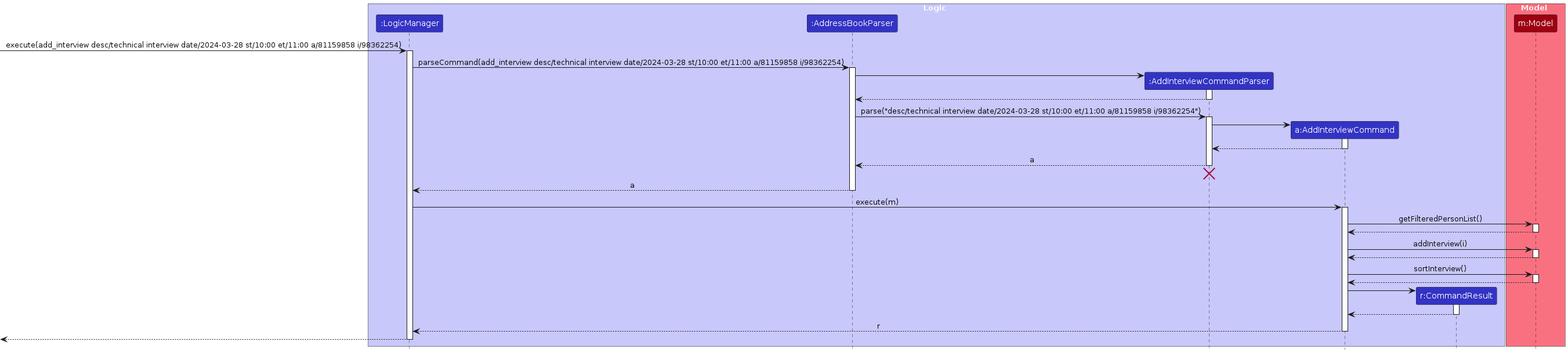
AY2324S2-CS2103T-F11-3/tp keeps this PlantUML diagram as diagrams/add-interviews/AddInterviewCommandSequence.png. Above is the earlier version. Its source is kept beside it as diagrams/add-interviews/AddInterviewCommandSequence.puml.
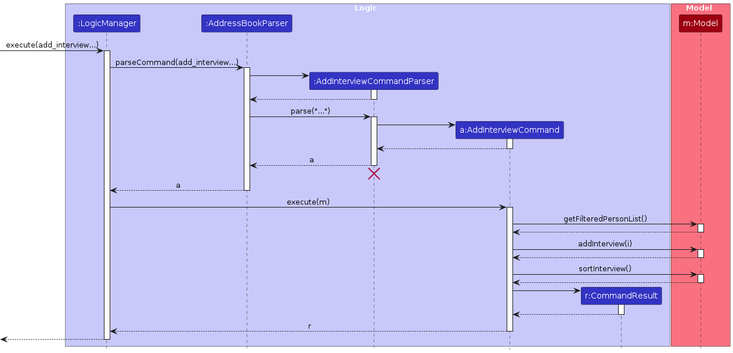
Above is the later version.

What changed in the source:
```diff
@@ -14,10 +14,10 @@
 participant "m:Model" as Model MODEL_COLOR
 end box
 
-[-> LogicManager : execute(add_interview desc/technical interview date/2024-03-28 st/10:00 et/11:00 a/81159858 i/98362254)
+[-> LogicManager : execute(add_interview...)
 activate LogicManager
 
-LogicManager -> AddressBookParser : parseCommand(add_interview desc/technical interview date/2024-03-28 st/10:00 et/11:00 a/81159858 i/98362254)
+LogicManager -> AddressBookParser : parseCommand(add_interview...)
 activate AddressBookParser
 
 create AddInterviewCommandParser
@@ -27,7 +27,7 @@
 AddInterviewCommandParser --> AddressBookParser
 deactivate AddInterviewCommandParser
 
-AddressBookParser -> AddInterviewCommandParser : parse("desc/technical interview date/2024-03-28 st/10:00 et/11:00 a/81159858 i/98362254")
+AddressBookParser -> AddInterviewCommandParser : parse("...")
 activate AddInterviewCommandParser
 
 create AddInterviewCommand
```
